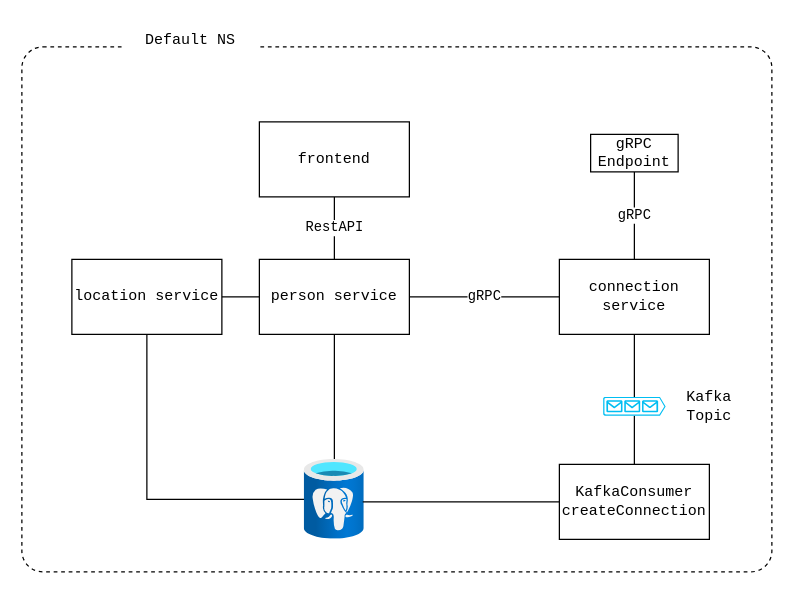
Above: docs/Udacity_CloudNative_Pr2.drawio in nat38/nd064-c2-message-passing-projects-starter (draw.io), before the change. Source tidied: cells renumbered, new cells numbered last; positions are measured from the earlier drawing's top-left corner, leaving out a move shared by most shapes. Both pictures are drawn from the tidied source at 125%, with x=0, y=0 at pixel (21, 21).
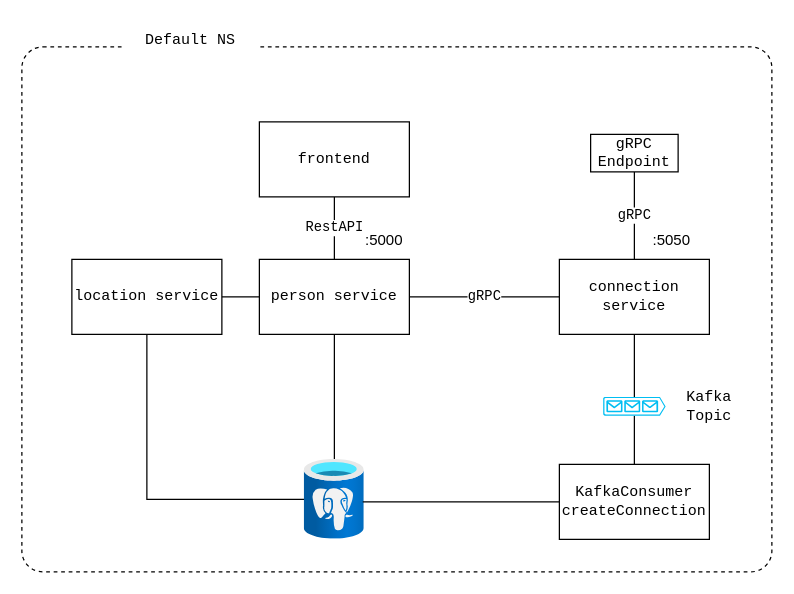
The same diagram, later.

What changed in the source:
```diff
@@
+    <mxCell id="23" value=":5050" style="text;html=1;strokeColor=none;fillColor=none;align=center;verticalAlign=middle;whiteSpace=wrap;rounded=0;" parent="1" vertex="1">
+      <mxGeometry x="490" y="160" width="60" height="30" as="geometry" />
+    </mxCell>
+    <mxCell id="24" value=":5000" style="text;html=1;strokeColor=none;fillColor=none;align=center;verticalAlign=middle;whiteSpace=wrap;rounded=0;" parent="1" vertex="1">
+      <mxGeometry x="260" y="160" width="60" height="30" as="geometry" />
+    </mxCell>
```
